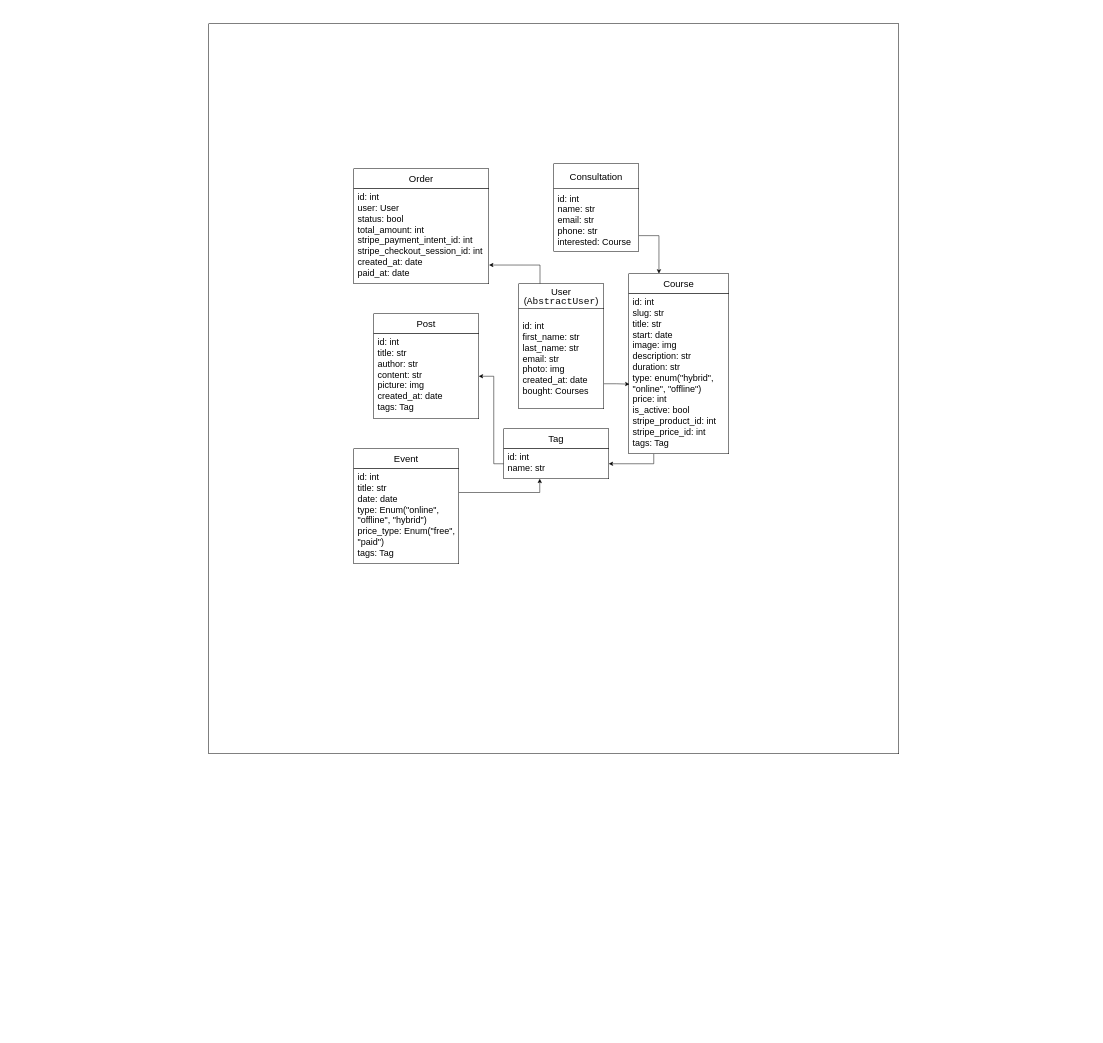
This is db_diagram.drawio from haldaniko/iet-shop, a draw.io file, before an edit. Source tidied: cells renumbered, new cells numbered last; positions are measured from the earlier drawing's top-left corner, leaving out a move shared by most shapes. Both pictures are drawn from the tidied source at 50%, with x=0, y=0 at pixel (208, 24).
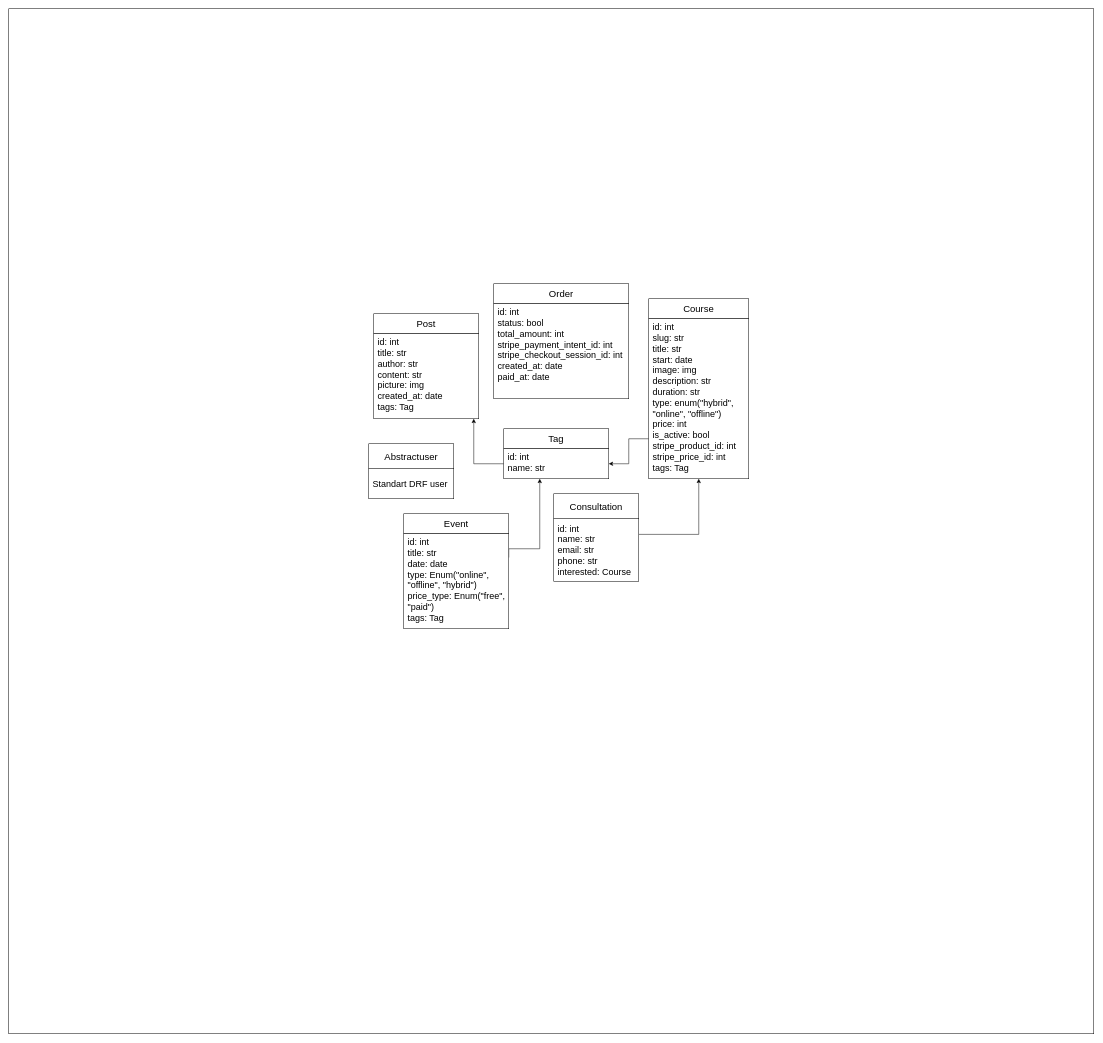
The same diagram, later.

Unchanged cells that the change refers to:
```xml
<mxCell id="8" value="id: int&lt;br style=&quot;font-size: 18px;&quot;&gt;&lt;div style=&quot;font-size: 18px;&quot;&gt;&lt;span style=&quot;background-color: initial; font-size: 18px;&quot;&gt;name: str&lt;/span&gt;&lt;/div&gt;&lt;div style=&quot;font-size: 18px;&quot;&gt;&lt;br style=&quot;font-size: 18px;&quot;&gt;&lt;/div&gt;" style="rounded=0;whiteSpace=wrap;html=1;fontSize=18;spacingLeft=6;align=left;verticalAlign=top;" parent="1" vertex="1">
  <mxGeometry x="590" y="850" width="210" height="60" as="geometry" />
</mxCell>
<mxCell id="19" value="id: int&lt;br style=&quot;font-size: 18px;&quot;&gt;&lt;div style=&quot;font-size: 18px;&quot;&gt;&lt;span style=&quot;background-color: initial; font-size: 18px;&quot;&gt;title: str&lt;/span&gt;&lt;/div&gt;&lt;div style=&quot;font-size: 18px;&quot;&gt;&lt;span style=&quot;background-color: initial; font-size: 18px;&quot;&gt;author: str&lt;/span&gt;&lt;/div&gt;&lt;div style=&quot;font-size: 18px;&quot;&gt;content: str&lt;/div&gt;&lt;div style=&quot;font-size: 18px;&quot;&gt;picture: img&lt;/div&gt;&lt;div style=&quot;font-size: 18px;&quot;&gt;created_at: date&lt;/div&gt;&lt;div style=&quot;font-size: 18px;&quot;&gt;tags: Tag&lt;/div&gt;&lt;div style=&quot;font-size: 18px;&quot;&gt;&lt;/div&gt;&lt;div style=&quot;font-size: 18px;&quot;&gt;&lt;span style=&quot;color: rgba(0, 0, 0, 0); font-family: monospace; font-size: 0px;&quot;&gt;tag&lt;/span&gt;&lt;/div&gt;" style="rounded=0;whiteSpace=wrap;html=1;fontSize=18;spacingLeft=6;align=left;verticalAlign=top;" parent="1" vertex="1">
  <mxGeometry x="330" y="620" width="210" height="170" as="geometry" />
</mxCell>
```

Diff of the diagram source:
```diff
@@
     <mxCell id="2" style="rounded=0;whiteSpace=wrap;html=1;" parent="1" vertex="1">
-      <mxGeometry width="1380" height="1460" as="geometry" />
+      <mxGeometry x="-400" y="-30" width="2170" height="2050" as="geometry" />
     </mxCell>
     <mxCell id="3" value="&lt;p style=&quot;line-height: 100%;&quot;&gt;&lt;font style=&quot;font-size: 19px;&quot;&gt;Course&lt;/font&gt;&lt;/p&gt;" style="rounded=0;whiteSpace=wrap;html=1;" parent="1" vertex="1">
-      <mxGeometry x="840" y="500" width="200" height="40" as="geometry" />
+      <mxGeometry x="880" y="550" width="200" height="40" as="geometry" />
     </mxCell>
-    <mxCell id="4" style="edgeStyle=orthogonalEdgeStyle;rounded=0;jettySize=auto;html=1;exitX=0.25;exitY=1;exitDx=0;exitDy=0;" parent="1" edge="1" source="5" target="8">
+    <mxCell id="4" style="edgeStyle=orthogonalEdgeStyle;rounded=0;jettySize=auto;html=1;exitX=0;exitY=0.75;exitDx=0;exitDy=0;entryX=1;entryY=0.5;entryDx=0;entryDy=0;" parent="1" edge="1" source="5" target="8">
       <mxGeometry relative="1" as="geometry" />
     </mxCell>
     <mxCell id="5" value="&lt;font style=&quot;font-size: 18px;&quot;&gt;id: int&lt;br&gt;slug: str&lt;br style=&quot;font-size: 18px;&quot;&gt;title: str&lt;br&gt;start: date&lt;br style=&quot;font-size: 18px;&quot;&gt;image: img&lt;br&gt;description: str&lt;br&gt;duration: str&lt;br&gt;type: enum(&quot;hybrid&quot;, &quot;online&quot;, &quot;offline&quot;)&lt;br&gt;price: int&lt;br&gt;is_active: bool&lt;br&gt;stripe_product_id: int&lt;br&gt;stripe_price_id: int&lt;br&gt;tags: Tag&lt;br&gt;&lt;/font&gt;&lt;div style=&quot;font-size: 18px;&quot;&gt;&lt;br&gt;&lt;/div&gt;" style="rounded=0;whiteSpace=wrap;html=1;fontSize=18;align=left;verticalAlign=top;spacingLeft=6;" parent="1" vertex="1">
-      <mxGeometry x="840" y="540" width="200" height="320" as="geometry" />
+      <mxGeometry x="880" y="590" width="200" height="320" as="geometry" />
     </mxCell>
@@
     <mxCell id="7" style="edgeStyle=orthogonalEdgeStyle;rounded=0;jettySize=auto;html=1;exitX=0;exitY=0.5;exitDx=0;exitDy=0;" parent="1" edge="1" source="8" target="19">
       <mxGeometry relative="1" as="geometry">
         <Array as="points">
-          <mxPoint x="570" y="880" />
-          <mxPoint x="570" y="705" />
+          <mxPoint x="530" y="880" />
         </Array>
       </mxGeometry>
     </mxCell>
@@
-    <mxCell id="9" style="edgeStyle=orthogonalEdgeStyle;rounded=0;jettySize=auto;html=1;exitX=0.75;exitY=0;exitDx=0;exitDy=0;entryX=0.007;entryY=0.565;entryDx=0;entryDy=0;entryPerimeter=0;" parent="1" edge="1" source="10" target="5">
-      <mxGeometry relative="1" as="geometry" />
-    </mxCell>
-    <mxCell id="10" value="&lt;font style=&quot;font-size: 18px;&quot;&gt;id: int&lt;br style=&quot;font-size: 18px;&quot;&gt;first_name: str&lt;br style=&quot;font-size: 18px;&quot;&gt;last_name: str&lt;br style=&quot;font-size: 18px;&quot;&gt;email: str&lt;br style=&quot;font-size: 18px;&quot;&gt;photo: img&lt;br&gt;created_at: date&lt;br style=&quot;font-size: 18px;&quot;&gt;&lt;/font&gt;bought: Courses" style="rounded=0;whiteSpace=wrap;html=1;fontSize=18;align=left;verticalAlign=middle;spacingLeft=6;direction=south;" parent="1" vertex="1">
-      <mxGeometry x="620" y="570" width="170" height="200" as="geometry" />
-    </mxCell>
-    <mxCell id="11" style="edgeStyle=orthogonalEdgeStyle;rounded=0;jettySize=auto;html=1;exitX=0.25;exitY=0;exitDx=0;exitDy=0;entryX=1.002;entryY=0.803;entryDx=0;entryDy=0;entryPerimeter=0;" parent="1" edge="1" source="12" target="14">
-      <mxGeometry relative="1" as="geometry" />
-    </mxCell>
-    <mxCell id="12" value="&lt;p style=&quot;line-height: 100%; font-size: 19px;&quot;&gt;&lt;font style=&quot;font-size: 19px;&quot;&gt;User (&lt;/font&gt;&lt;span style=&quot;font-family: &amp;quot;JetBrains Mono&amp;quot;, monospace; background-color: rgb(255, 255, 255); color: rgb(8, 8, 8);&quot;&gt;AbstractUser&lt;/span&gt;&lt;span style=&quot;background-color: initial;&quot;&gt;)&lt;/span&gt;&lt;/p&gt;" style="rounded=0;whiteSpace=wrap;html=1;align=center;" parent="1" vertex="1">
-      <mxGeometry x="620" y="520" width="170" height="50" as="geometry" />
-    </mxCell>
     <mxCell id="13" value="&lt;p style=&quot;line-height: 100%;&quot;&gt;&lt;font style=&quot;font-size: 19px;&quot;&gt;Order&lt;/font&gt;&lt;/p&gt;" style="rounded=0;whiteSpace=wrap;html=1;" parent="1" vertex="1">
-      <mxGeometry x="290" y="290" width="270" height="40" as="geometry" />
+      <mxGeometry x="570" y="520" width="270" height="40" as="geometry" />
     </mxCell>
-    <mxCell id="14" value="id: int&lt;br&gt;user: User&lt;br&gt;status: bool&lt;br&gt;total_amount: int&lt;br&gt;stripe_payment_intent_id: int&lt;br&gt;&lt;span style=&quot;background-color: initial;&quot;&gt;stripe_checkout_session_id: int&lt;br&gt;&lt;/span&gt;created_at: date&lt;br&gt;paid_at: date" style="rounded=0;whiteSpace=wrap;html=1;fontSize=18;align=left;verticalAlign=top;spacingLeft=6;" parent="1" vertex="1">
-      <mxGeometry x="290" y="330" width="270" height="190" as="geometry" />
+    <mxCell id="14" value="id: int&lt;br&gt;status: bool&lt;br&gt;total_amount: int&lt;br&gt;stripe_payment_intent_id: int&lt;br&gt;&lt;span style=&quot;background-color: initial;&quot;&gt;stripe_checkout_session_id: int&lt;br&gt;&lt;/span&gt;created_at: date&lt;br&gt;paid_at: date" style="rounded=0;whiteSpace=wrap;html=1;fontSize=18;align=left;verticalAlign=top;spacingLeft=6;" parent="1" vertex="1">
+      <mxGeometry x="570" y="560" width="270" height="190" as="geometry" />
     </mxCell>
     <mxCell id="15" value="&lt;span style=&quot;font-size: 19px;&quot;&gt;Event&lt;/span&gt;" style="rounded=0;whiteSpace=wrap;html=1;" parent="1" vertex="1">
-      <mxGeometry x="290" y="850" width="210" height="40" as="geometry" />
+      <mxGeometry x="390" y="980" width="210" height="40" as="geometry" />
     </mxCell>
     <mxCell id="16" style="edgeStyle=orthogonalEdgeStyle;rounded=0;jettySize=auto;html=1;exitX=1;exitY=0.25;exitDx=0;exitDy=0;" parent="1" edge="1" source="17" target="8">
       <mxGeometry relative="1" as="geometry">
         <Array as="points">
-          <mxPoint x="662" y="937" />
+          <mxPoint x="600" y="1050" />
+          <mxPoint x="662" y="1050" />
         </Array>
       </mxGeometry>
     </mxCell>
     <mxCell id="17" value="id: int&lt;br style=&quot;font-size: 18px;&quot;&gt;&lt;div style=&quot;font-size: 18px;&quot;&gt;&lt;span style=&quot;background-color: initial; font-size: 18px;&quot;&gt;title: str&lt;/span&gt;&lt;/div&gt;&lt;div style=&quot;font-size: 18px;&quot;&gt;&lt;span style=&quot;background-color: initial;&quot;&gt;date: date&lt;/span&gt;&lt;br&gt;&lt;/div&gt;&lt;div style=&quot;font-size: 18px;&quot;&gt;type: Enum(&quot;online&quot;, &quot;offline&quot;, &quot;hybrid&quot;)&lt;br&gt;&lt;/div&gt;&lt;div style=&quot;font-size: 18px;&quot;&gt;price_type: Enum(&quot;free&quot;, &quot;paid&quot;)&lt;br&gt;&lt;/div&gt;&lt;div style=&quot;font-size: 18px;&quot;&gt;&lt;div&gt;&lt;span style=&quot;background-color: initial;&quot;&gt;tags: Tag&lt;/span&gt;&lt;/div&gt;&lt;div&gt;&lt;span style=&quot;background-color: initial;&quot;&gt;&lt;br&gt;&lt;/span&gt;&lt;/div&gt;&lt;/div&gt;&lt;div style=&quot;font-size: 18px;&quot;&gt;&lt;/div&gt;&lt;div style=&quot;font-size: 18px;&quot;&gt;&lt;span style=&quot;color: rgba(0, 0, 0, 0); font-family: monospace; font-size: 0px;&quot;&gt;&lt;br&gt;&lt;/span&gt;&lt;/div&gt;" style="rounded=0;whiteSpace=wrap;html=1;fontSize=18;spacingLeft=6;align=left;verticalAlign=top;" parent="1" vertex="1">
-      <mxGeometry x="290" y="890" width="210" height="190" as="geometry" />
+      <mxGeometry x="390" y="1020" width="210" height="190" as="geometry" />
     </mxCell>
@@
-    <mxCell id="20" style="edgeStyle=orthogonalEdgeStyle;rounded=0;jettySize=auto;html=1;exitX=0.75;exitY=0;exitDx=0;exitDy=0;entryX=0.302;entryY=-0.009;entryDx=0;entryDy=0;entryPerimeter=0;" parent="1" edge="1" source="21" target="3">
-      <mxGeometry relative="1" as="geometry" />
-    </mxCell>
+    <mxCell id="23" style="edgeStyle=orthogonalEdgeStyle;rounded=0;jettySize=auto;html=1;exitX=0.25;exitY=0;exitDx=0;exitDy=0;" parent="1" edge="1" source="21" target="5">
+      <mxGeometry relative="1" as="geometry" />
+    </mxCell>
     <mxCell id="21" value="&lt;font style=&quot;font-size: 18px;&quot;&gt;id: int&lt;br style=&quot;font-size: 18px;&quot;&gt;name: str&lt;br&gt;email: str&lt;br&gt;phone: str&lt;br&gt;interested: Course&lt;br&gt;&lt;/font&gt;" style="rounded=0;whiteSpace=wrap;html=1;fontSize=18;align=left;verticalAlign=middle;spacingLeft=6;direction=south;" parent="1" vertex="1">
-      <mxGeometry x="690" y="330" width="170" height="125" as="geometry" />
+      <mxGeometry x="690" y="990" width="170" height="125" as="geometry" />
     </mxCell>
     <mxCell id="22" value="&lt;p style=&quot;line-height: 100%; font-size: 19px;&quot;&gt;Consultation&lt;/p&gt;" style="rounded=0;whiteSpace=wrap;html=1;align=center;" parent="1" vertex="1">
-      <mxGeometry x="690" y="280" width="170" height="50" as="geometry" />
+      <mxGeometry x="690" y="940" width="170" height="50" as="geometry" />
     </mxCell>
+    <mxCell id="24" value="Standart DRF user" style="rounded=0;whiteSpace=wrap;html=1;fontSize=18;align=left;verticalAlign=middle;spacingLeft=6;direction=south;" parent="1" vertex="1">
+      <mxGeometry x="320" y="890" width="170" height="60" as="geometry" />
+    </mxCell>
+    <mxCell id="25" value="&lt;p style=&quot;line-height: 100%; font-size: 19px;&quot;&gt;Abstractuser&lt;/p&gt;" style="rounded=0;whiteSpace=wrap;html=1;align=center;" parent="1" vertex="1">
+      <mxGeometry x="320" y="840" width="170" height="50" as="geometry" />
+    </mxCell>
```
